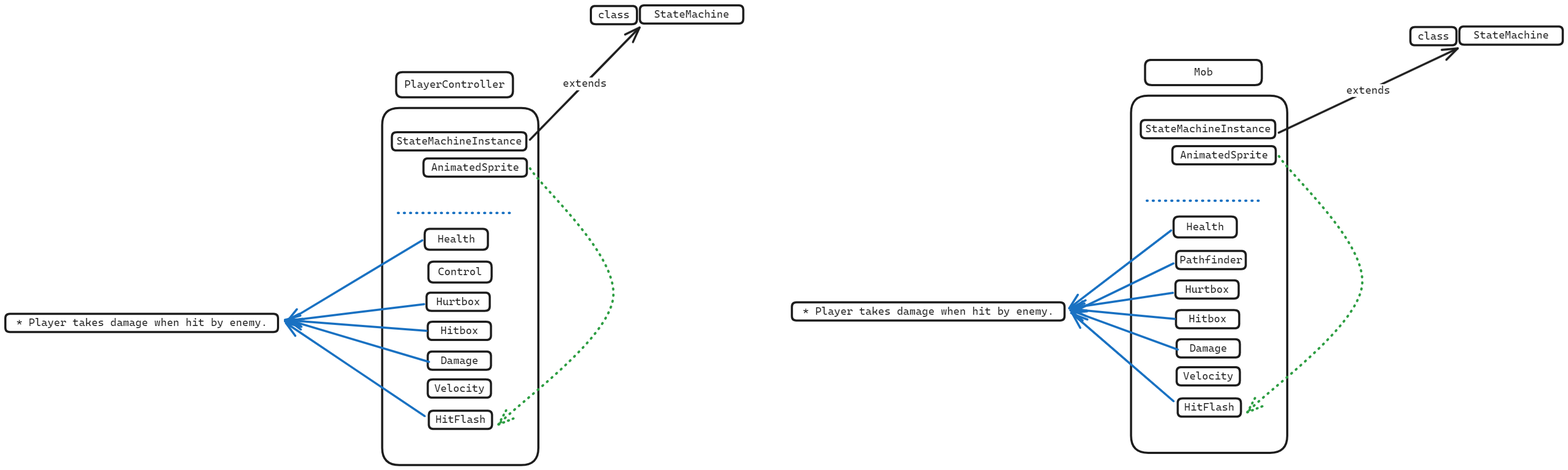
Earlier version of the Excalidraw export docs/images/composotition_pattern_plan.excalidraw.png (loteque/wasteland-warrior). Source tidied: one line per element, renumbered; positions are measured from the earlier drawing's top-left corner, leaving out a move shared by most shapes.
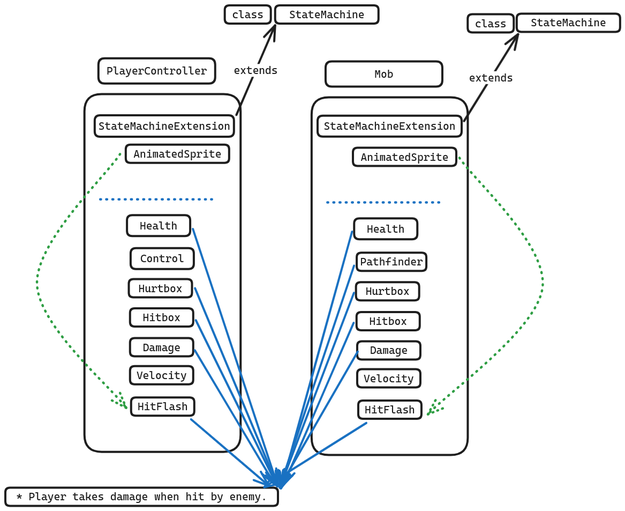
Above is the later version.

Commit message:
update composition pattern drawing

Change to the diagram source:
```diff
@@ -17,57 +17,55 @@
 {"id": 16, "type": "text", "text": "PlayerController", "strokeColor": "#1e1e1e", "strokeWidth": 4, "roughness": 0, "fontSize": 20, "fontFamily": 3, "textAlign": "center", "verticalAlign": "middle", "inside": 15, "x": 745, "y": 136, "width": 188, "height": 24}
 {"id": 17, "type": "rectangle", "strokeColor": "#1e1e1e", "strokeWidth": 4, "roughness": 0, "round": true, "x": 781, "y": 286, "width": 193, "height": 34}
 {"id": 18, "type": "text", "text": "AnimatedSprite", "strokeColor": "#1e1e1e", "strokeWidth": 4, "roughness": 0, "fontSize": 20, "fontFamily": 3, "textAlign": "center", "verticalAlign": "middle", "inside": 17, "x": 795, "y": 291, "width": 164, "height": 24}
-{"id": 19, "type": "rectangle", "strokeColor": "#1e1e1e", "strokeWidth": 4, "roughness": 0, "round": true, "x": 1184, "y": 0, "width": 193, "height": 34}
+{"id": 19, "type": "rectangle", "strokeColor": "#1e1e1e", "strokeWidth": 4, "roughness": 0, "round": true, "x": 1059, "y": 26, "width": 193, "height": 34}
-{"id": 20, "type": "text", "text": "StateMachine", "strokeColor": "#1e1e1e", "strokeWidth": 4, "roughness": 0, "fontSize": 20, "fontFamily": 3, "textAlign": "center", "verticalAlign": "middle", "inside": 19, "x": 1211, "y": 5, "width": 141, "height": 24}
+{"id": 20, "type": "text", "text": "StateMachine", "strokeColor": "#1e1e1e", "strokeWidth": 4, "roughness": 0, "fontSize": 20, "fontFamily": 3, "textAlign": "center", "verticalAlign": "middle", "inside": 19, "x": 1086, "y": 31, "width": 141, "height": 24}
-{"id": 21, "type": "rectangle", "strokeColor": "#1e1e1e", "strokeWidth": 4, "roughness": 0, "round": true, "x": 1093, "y": 1, "width": 86, "height": 34}
+{"id": 21, "type": "rectangle", "strokeColor": "#1e1e1e", "strokeWidth": 4, "roughness": 0, "round": true, "x": 965, "y": 26, "width": 86, "height": 34}
-{"id": 22, "type": "text", "text": "class", "strokeColor": "#1e1e1e", "strokeWidth": 4, "roughness": 0, "fontSize": 20, "fontFamily": 3, "textAlign": "center", "verticalAlign": "middle", "inside": 21, "x": 1107, "y": 6, "width": 59, "height": 24}
+{"id": 22, "type": "text", "text": "class", "strokeColor": "#1e1e1e", "strokeWidth": 4, "roughness": 0, "fontSize": 20, "fontFamily": 3, "textAlign": "center", "verticalAlign": "middle", "inside": 21, "x": 979, "y": 31, "width": 59, "height": 24}
-{"id": 23, "type": "arrow", "strokeColor": "#1e1e1e", "strokeWidth": 4, "roughness": 0, "endArrowhead": "arrow", "round": true, "from": 26, "to": 21, "x": 979, "y": 251, "width": 205, "height": 210, "points": [[0, 0], [205, -210]]}
+{"id": 23, "type": "arrow", "strokeColor": "#1e1e1e", "strokeWidth": 4, "roughness": 0, "endArrowhead": "arrow", "round": true, "from": 26, "to": 21, "x": 987, "y": 231, "width": 72, "height": 167, "points": [[0, 0], [72, -167]]}
 {"id": 24, "type": "text", "text": "extends", "strokeColor": "#1e1e1e", "strokeWidth": 4, "roughness": 0, "fontSize": 20, "fontFamily": 3, "textAlign": "center", "verticalAlign": "middle", "inside": 23, "x": 1040, "y": 134, "width": 82, "height": 24}
 {"id": 25, "type": "line", "strokeColor": "#1971c2", "strokeWidth": 4, "strokeStyle": "dotted", "roughness": 0, "round": true, "x": 733, "y": 388, "width": 217, "height": 0, "points": [[0, 0], [217, 0]]}
-{"id": 26, "type": "rectangle", "strokeColor": "#1e1e1e", "strokeWidth": 4, "roughness": 0, "round": true, "x": 722, "y": 237, "width": 251, "height": 34}
+{"id": 26, "type": "rectangle", "strokeColor": "#1e1e1e", "strokeWidth": 4, "roughness": 0, "round": true, "x": 723, "y": 231, "width": 260, "height": 40}
-{"id": 27, "type": "text", "text": "StateMachineInstance", "strokeColor": "#1e1e1e", "strokeWidth": 4, "roughness": 0, "fontSize": 20, "fontFamily": 3, "textAlign": "center", "verticalAlign": "middle", "inside": 26, "x": 730, "y": 242, "width": 234, "height": 24}
+{"id": 27, "type": "text", "text": "StateMachineExtension", "strokeColor": "#1e1e1e", "strokeWidth": 4, "roughness": 0, "fontSize": 20, "fontFamily": 3, "textAlign": "center", "verticalAlign": "middle", "inside": 26, "x": 730, "y": 239, "width": 246, "height": 24}
-{"id": 28, "type": "rectangle", "strokeColor": "#1e1e1e", "strokeWidth": 4, "roughness": 0, "round": true, "x": 0, "y": 576, "width": 509, "height": 34}
-{"id": 29, "type": "text", "text": "* Player takes damage when hit by enemy.", "strokeColor": "#1e1e1e", "strokeWidth": 4, "roughness": 0, "fontSize": 20, "fontFamily": 3, "textAlign": "center", "verticalAlign": "middle", "inside": 28, "x": 20, "y": 581, "width": 469, "height": 24}
-{"id": 30, "type": "arrow", "strokeColor": "#1971c2", "strokeWidth": 4, "roughness": 0, "endArrowhead": "arrow", "round": true, "from": 4, "to": 28, "x": 782, "y": 558, "width": 260, "height": 32, "points": [[0, 0], [-260, 32]]}
+{"id": 30, "type": "arrow", "strokeColor": "#1971c2", "strokeWidth": 4, "roughness": 0, "endArrowhead": "arrow", "round": true, "from": 4, "to": 62, "x": 910, "y": 554, "width": 153, "height": 366, "points": [[0, 0], [153, 366]]}
-{"id": 31, "type": "arrow", "strokeColor": "#1971c2", "strokeWidth": 4, "roughness": 0, "endArrowhead": "arrow", "round": true, "from": 6, "to": 28, "x": 786, "y": 608, "width": 264, "height": 20, "points": [[0, 0], [-264, -20]]}
+{"id": 31, "type": "arrow", "strokeColor": "#1971c2", "strokeWidth": 4, "roughness": 0, "endArrowhead": "arrow", "round": true, "from": 6, "to": 62, "x": 911, "y": 613, "width": 152, "height": 310, "points": [[0, 0], [152, 310]]}
-{"id": 32, "type": "arrow", "strokeColor": "#1971c2", "strokeWidth": 4, "roughness": 0, "endArrowhead": "arrow", "round": true, "from": 0, "x": 778, "y": 439, "width": 253, "height": 152, "points": [[0, 0], [-253, 152]]}
+{"id": 32, "type": "arrow", "strokeColor": "#1971c2", "strokeWidth": 4, "roughness": 0, "endArrowhead": "arrow", "round": true, "from": 0, "to": 62, "x": 906, "y": 443, "width": 158, "height": 479, "points": [[0, 0], [158, 479]]}
-{"id": 33, "type": "arrow", "strokeColor": "#1971c2", "strokeWidth": 4, "roughness": 0, "endArrowhead": "arrow", "round": true, "x": 791, "y": 666, "width": 263, "height": 78, "points": [[0, 0], [-263, -78]]}
+{"id": 33, "type": "arrow", "strokeColor": "#1971c2", "strokeWidth": 4, "roughness": 0, "endArrowhead": "arrow", "round": true, "from": 8, "to": 62, "x": 910, "y": 669, "width": 149, "height": 250, "points": [[0, 0], [149, 250]]}
-{"id": 34, "type": "arrow", "strokeColor": "#1971c2", "strokeWidth": 4, "roughness": 0, "endArrowhead": "arrow", "round": true, "from": 12, "to": 28, "x": 783, "y": 767, "width": 259, "height": 174, "points": [[0, 0], [-259, -174]]}
+{"id": 34, "type": "arrow", "strokeColor": "#1971c2", "strokeWidth": 4, "roughness": 0, "endArrowhead": "arrow", "round": true, "from": 12, "to": 62, "x": 902, "y": 798, "width": 145, "height": 124, "points": [[0, 0], [145, 124]]}
-{"id": 35, "type": "arrow", "strokeColor": "#2f9e44", "strokeWidth": 4, "strokeStyle": "dotted", "roughness": 0, "endArrowhead": "arrow", "round": true, "from": 17, "to": 12, "x": 979, "y": 305, "width": 214, "height": 478, "points": [[0, 0], [155, 242], [-59, 478]]}
+{"id": 35, "type": "arrow", "strokeColor": "#2f9e44", "strokeWidth": 4, "strokeStyle": "dotted", "roughness": 0, "endArrowhead": "arrow", "round": true, "from": 17, "to": 12, "x": 674, "y": 303, "width": 167, "height": 473, "points": [[96, 0], [-59, 242], [108, 473]]}
-{"id": 36, "type": "rectangle", "strokeColor": "#1e1e1e", "strokeWidth": 4, "roughness": 0, "round": true, "x": 2181, "y": 395, "width": 118, "height": 39}
+{"id": 36, "type": "rectangle", "strokeColor": "#1e1e1e", "strokeWidth": 4, "roughness": 0, "round": true, "x": 1207, "y": 423, "width": 118, "height": 39}
-{"id": 37, "type": "text", "text": "Health", "strokeColor": "#1e1e1e", "strokeWidth": 4, "roughness": 0, "fontSize": 20, "fontFamily": 3, "textAlign": "center", "verticalAlign": "middle", "inside": 36, "x": 2205, "y": 402, "width": 70, "height": 24}
+{"id": 37, "type": "text", "text": "Health", "strokeColor": "#1e1e1e", "strokeWidth": 4, "roughness": 0, "fontSize": 20, "fontFamily": 3, "textAlign": "center", "verticalAlign": "middle", "inside": 36, "x": 1231, "y": 431, "width": 70, "height": 24}
-{"id": 38, "type": "rectangle", "strokeColor": "#1e1e1e", "strokeWidth": 4, "roughness": 0, "round": true, "x": 2184, "y": 514, "width": 118, "height": 34}
+{"id": 38, "type": "rectangle", "strokeColor": "#1e1e1e", "strokeWidth": 4, "roughness": 0, "round": true, "x": 1210, "y": 542, "width": 118, "height": 34}
-{"id": 39, "type": "text", "text": "Hurtbox", "strokeColor": "#1e1e1e", "strokeWidth": 4, "roughness": 0, "fontSize": 20, "fontFamily": 3, "textAlign": "center", "verticalAlign": "middle", "inside": 38, "x": 2202, "y": 519, "width": 82, "height": 24}
+{"id": 39, "type": "text", "text": "Hurtbox", "strokeColor": "#1e1e1e", "strokeWidth": 4, "roughness": 0, "fontSize": 20, "fontFamily": 3, "textAlign": "center", "verticalAlign": "middle", "inside": 38, "x": 1228, "y": 547, "width": 82, "height": 24}
-{"id": 40, "type": "rectangle", "strokeColor": "#1e1e1e", "strokeWidth": 4, "roughness": 0, "round": true, "x": 2185, "y": 569, "width": 118, "height": 34}
+{"id": 40, "type": "rectangle", "strokeColor": "#1e1e1e", "strokeWidth": 4, "roughness": 0, "round": true, "x": 1211, "y": 598, "width": 118, "height": 34}
-{"id": 41, "type": "text", "text": "Hitbox", "strokeColor": "#1e1e1e", "strokeWidth": 4, "roughness": 0, "fontSize": 20, "fontFamily": 3, "textAlign": "center", "verticalAlign": "middle", "inside": 40, "x": 2209, "y": 574, "width": 70, "height": 24}
+{"id": 41, "type": "text", "text": "Hitbox", "strokeColor": "#1e1e1e", "strokeWidth": 4, "roughness": 0, "fontSize": 20, "fontFamily": 3, "textAlign": "center", "verticalAlign": "middle", "inside": 40, "x": 1235, "y": 603, "width": 70, "height": 24}
-{"id": 42, "type": "rectangle", "strokeColor": "#1e1e1e", "strokeWidth": 4, "roughness": 0, "round": true, "x": 2186, "y": 624, "width": 118, "height": 34}
+{"id": 42, "type": "rectangle", "strokeColor": "#1e1e1e", "strokeWidth": 4, "roughness": 0, "round": true, "x": 1213, "y": 653, "width": 118, "height": 34}
-{"id": 43, "type": "text", "text": "Damage", "strokeColor": "#1e1e1e", "strokeWidth": 4, "roughness": 0, "fontSize": 20, "fontFamily": 3, "textAlign": "center", "verticalAlign": "middle", "inside": 42, "x": 2210, "y": 629, "width": 70, "height": 24}
+{"id": 43, "type": "text", "text": "Damage", "strokeColor": "#1e1e1e", "strokeWidth": 4, "roughness": 0, "fontSize": 20, "fontFamily": 3, "textAlign": "center", "verticalAlign": "middle", "inside": 42, "x": 1237, "y": 658, "width": 70, "height": 24}
-{"id": 44, "type": "rectangle", "strokeColor": "#1e1e1e", "strokeWidth": 4, "roughness": 0, "round": true, "x": 2186, "y": 676, "width": 118, "height": 34}
+{"id": 44, "type": "rectangle", "strokeColor": "#1e1e1e", "strokeWidth": 4, "roughness": 0, "round": true, "x": 1213, "y": 705, "width": 118, "height": 34}
-{"id": 45, "type": "text", "text": "Velocity", "strokeColor": "#1e1e1e", "strokeWidth": 4, "roughness": 0, "fontSize": 20, "fontFamily": 3, "textAlign": "center", "verticalAlign": "middle", "inside": 44, "x": 2199, "y": 681, "width": 94, "height": 24}
+{"id": 45, "type": "text", "text": "Velocity", "strokeColor": "#1e1e1e", "strokeWidth": 4, "roughness": 0, "fontSize": 20, "fontFamily": 3, "textAlign": "center", "verticalAlign": "middle", "inside": 44, "x": 1225, "y": 710, "width": 94, "height": 24}
-{"id": 46, "type": "rectangle", "strokeColor": "#1e1e1e", "strokeWidth": 4, "roughness": 0, "round": true, "x": 2188, "y": 734, "width": 118, "height": 34}
+{"id": 46, "type": "rectangle", "strokeColor": "#1e1e1e", "strokeWidth": 4, "roughness": 0, "round": true, "x": 1215, "y": 763, "width": 118, "height": 34}
-{"id": 47, "type": "text", "text": "HitFlash", "strokeColor": "#1e1e1e", "strokeWidth": 4, "roughness": 0, "fontSize": 20, "fontFamily": 3, "textAlign": "center", "verticalAlign": "middle", "inside": 46, "x": 2201, "y": 739, "width": 94, "height": 24}
+{"id": 47, "type": "text", "text": "HitFlash", "strokeColor": "#1e1e1e", "strokeWidth": 4, "roughness": 0, "fontSize": 20, "fontFamily": 3, "textAlign": "center", "verticalAlign": "middle", "inside": 46, "x": 1227, "y": 768, "width": 94, "height": 24}
-{"id": 48, "type": "rectangle", "strokeColor": "#1e1e1e", "strokeWidth": 4, "roughness": 0, "round": true, "x": 2101, "y": 169, "width": 292, "height": 667}
+{"id": 48, "type": "rectangle", "strokeColor": "#1e1e1e", "strokeWidth": 4, "roughness": 0, "round": true, "x": 1128, "y": 198, "width": 292, "height": 667}
-{"id": 49, "type": "rectangle", "strokeColor": "#1e1e1e", "strokeWidth": 4, "roughness": 0, "round": true, "x": 2127, "y": 102, "width": 218, "height": 47}
+{"id": 49, "type": "rectangle", "strokeColor": "#1e1e1e", "strokeWidth": 4, "roughness": 0, "round": true, "x": 1154, "y": 131, "width": 218, "height": 47}
-{"id": 50, "type": "text", "text": "Mob", "strokeColor": "#1e1e1e", "strokeWidth": 4, "roughness": 0, "fontSize": 20, "fontFamily": 3, "textAlign": "center", "verticalAlign": "middle", "inside": 49, "x": 2219, "y": 113, "width": 35, "height": 24}
+{"id": 50, "type": "text", "text": "Mob", "strokeColor": "#1e1e1e", "strokeWidth": 4, "roughness": 0, "fontSize": 20, "fontFamily": 3, "textAlign": "center", "verticalAlign": "middle", "inside": 49, "x": 1245, "y": 142, "width": 35, "height": 24}
-{"id": 51, "type": "rectangle", "strokeColor": "#1e1e1e", "strokeWidth": 4, "roughness": 0, "round": true, "x": 2178, "y": 263, "width": 193, "height": 34}
+{"id": 51, "type": "rectangle", "strokeColor": "#1e1e1e", "strokeWidth": 4, "roughness": 0, "round": true, "x": 1205, "y": 292, "width": 193, "height": 34}
-{"id": 52, "type": "text", "text": "AnimatedSprite", "strokeColor": "#1e1e1e", "strokeWidth": 4, "roughness": 0, "fontSize": 20, "fontFamily": 3, "textAlign": "center", "verticalAlign": "middle", "inside": 51, "x": 2193, "y": 268, "width": 164, "height": 24}
+{"id": 52, "type": "text", "text": "AnimatedSprite", "strokeColor": "#1e1e1e", "strokeWidth": 4, "roughness": 0, "fontSize": 20, "fontFamily": 3, "textAlign": "center", "verticalAlign": "middle", "inside": 51, "x": 1219, "y": 297, "width": 164, "height": 24}
-{"id": 53, "type": "rectangle", "strokeColor": "#1e1e1e", "strokeWidth": 4, "roughness": 0, "round": true, "x": 2714, "y": 39, "width": 193, "height": 34}
+{"id": 53, "type": "rectangle", "strokeColor": "#1e1e1e", "strokeWidth": 4, "roughness": 0, "round": true, "x": 1511, "y": 42, "width": 193, "height": 34}
-{"id": 54, "type": "text", "text": "StateMachine", "strokeColor": "#1e1e1e", "strokeWidth": 4, "roughness": 0, "fontSize": 20, "fontFamily": 3, "textAlign": "center", "verticalAlign": "middle", "inside": 53, "x": 2741, "y": 44, "width": 141, "height": 24}
+{"id": 54, "type": "text", "text": "StateMachine", "strokeColor": "#1e1e1e", "strokeWidth": 4, "roughness": 0, "fontSize": 20, "fontFamily": 3, "textAlign": "center", "verticalAlign": "middle", "inside": 53, "x": 1537, "y": 47, "width": 141, "height": 24}
-{"id": 55, "type": "rectangle", "strokeColor": "#1e1e1e", "strokeWidth": 4, "roughness": 0, "round": true, "x": 2623, "y": 41, "width": 86, "height": 34}
+{"id": 55, "type": "rectangle", "strokeColor": "#1e1e1e", "strokeWidth": 4, "roughness": 0, "round": true, "x": 1419, "y": 43, "width": 86, "height": 34}
-{"id": 56, "type": "text", "text": "class", "strokeColor": "#1e1e1e", "strokeWidth": 4, "roughness": 0, "fontSize": 20, "fontFamily": 3, "textAlign": "center", "verticalAlign": "middle", "inside": 55, "x": 2636, "y": 46, "width": 59, "height": 24}
+{"id": 56, "type": "text", "text": "class", "strokeColor": "#1e1e1e", "strokeWidth": 4, "roughness": 0, "fontSize": 20, "fontFamily": 3, "textAlign": "center", "verticalAlign": "middle", "inside": 55, "x": 1433, "y": 48, "width": 59, "height": 24}
-{"id": 57, "type": "arrow", "strokeColor": "#1e1e1e", "strokeWidth": 4, "roughness": 0, "endArrowhead": "arrow", "round": true, "from": 60, "to": 55, "x": 2377, "y": 238, "width": 334, "height": 158, "points": [[0, 0], [334, -158]]}
+{"id": 57, "type": "arrow", "strokeColor": "#1e1e1e", "strokeWidth": 4, "roughness": 0, "endArrowhead": "arrow", "round": true, "from": 60, "to": 55, "x": 1412, "y": 242, "width": 101, "height": 162, "points": [[0, 0], [101, -162]]}
-{"id": 58, "type": "text", "text": "extends", "strokeColor": "#1e1e1e", "strokeWidth": 4, "roughness": 0, "fontSize": 20, "fontFamily": 3, "textAlign": "center", "verticalAlign": "middle", "inside": 57, "x": 2364, "y": 374, "width": 82, "height": 24}
+{"id": 58, "type": "text", "text": "extends", "strokeColor": "#1e1e1e", "strokeWidth": 4, "roughness": 0, "fontSize": 20, "fontFamily": 3, "textAlign": "center", "verticalAlign": "middle", "inside": 57, "x": 1529, "y": 176, "width": 82, "height": 24}
-{"id": 59, "type": "line", "strokeColor": "#1971c2", "strokeWidth": 4, "strokeStyle": "dotted", "roughness": 0, "round": true, "x": 2131, "y": 365, "width": 217, "height": 0, "points": [[0, 0], [217, 0]]}
+{"id": 59, "type": "line", "strokeColor": "#1971c2", "strokeWidth": 4, "strokeStyle": "dotted", "roughness": 0, "round": true, "x": 1157, "y": 394, "width": 217, "height": 0, "points": [[0, 0], [217, 0]]}
-{"id": 60, "type": "rectangle", "strokeColor": "#1e1e1e", "strokeWidth": 4, "roughness": 0, "round": true, "x": 2119, "y": 214, "width": 251, "height": 34}
+{"id": 60, "type": "rectangle", "strokeColor": "#1e1e1e", "strokeWidth": 4, "roughness": 0, "round": true, "x": 1139, "y": 232, "width": 269, "height": 39}
-{"id": 61, "type": "text", "text": "StateMachineInstance", "strokeColor": "#1e1e1e", "strokeWidth": 4, "roughness": 0, "fontSize": 20, "fontFamily": 3, "textAlign": "center", "verticalAlign": "middle", "inside": 60, "x": 2128, "y": 219, "width": 234, "height": 24}
+{"id": 61, "type": "text", "text": "StateMachineExtension", "strokeColor": "#1e1e1e", "strokeWidth": 4, "roughness": 0, "fontSize": 20, "fontFamily": 3, "textAlign": "center", "verticalAlign": "middle", "inside": 60, "x": 1150, "y": 239, "width": 246, "height": 24}
-{"id": 62, "type": "rectangle", "strokeColor": "#1e1e1e", "strokeWidth": 4, "roughness": 0, "round": true, "x": 1468, "y": 555, "width": 509, "height": 34}
+{"id": 62, "type": "rectangle", "strokeColor": "#1e1e1e", "strokeWidth": 4, "roughness": 0, "round": true, "x": 556, "y": 926, "width": 509, "height": 34}
-{"id": 63, "type": "text", "text": "* Player takes damage when hit by enemy.", "strokeColor": "#1e1e1e", "strokeWidth": 4, "roughness": 0, "fontSize": 20, "fontFamily": 3, "textAlign": "center", "verticalAlign": "middle", "inside": 62, "x": 1488, "y": 560, "width": 469, "height": 24}
+{"id": 63, "type": "text", "text": "* Player takes damage when hit by enemy.", "strokeColor": "#1e1e1e", "strokeWidth": 4, "roughness": 0, "fontSize": 20, "fontFamily": 3, "textAlign": "center", "verticalAlign": "middle", "inside": 62, "x": 576, "y": 931, "width": 469, "height": 24}
-{"id": 64, "type": "arrow", "strokeColor": "#1971c2", "strokeWidth": 4, "roughness": 0, "endArrowhead": "arrow", "round": true, "from": 38, "to": 62, "x": 2180, "y": 537, "width": 189, "height": 28, "points": [[0, 0], [-189, 28]]}
+{"id": 64, "type": "arrow", "strokeColor": "#1971c2", "strokeWidth": 4, "roughness": 0, "endArrowhead": "arrow", "round": true, "from": 38, "to": 62, "x": 1207, "y": 562, "width": 138, "height": 363, "points": [[0, 0], [-138, 363]]}
-{"id": 65, "type": "arrow", "strokeColor": "#1971c2", "strokeWidth": 4, "roughness": 0, "endArrowhead": "arrow", "round": true, "from": 40, "to": 62, "x": 2183, "y": 586, "width": 193, "height": 18, "points": [[0, 0], [-193, -18]]}
+{"id": 65, "type": "arrow", "strokeColor": "#1971c2", "strokeWidth": 4, "roughness": 0, "endArrowhead": "arrow", "round": true, "from": 40, "to": 62, "x": 1206, "y": 618, "width": 131, "height": 302, "points": [[0, 0], [-131, 302]]}
-{"id": 66, "type": "arrow", "strokeColor": "#1971c2", "strokeWidth": 4, "roughness": 0, "endArrowhead": "arrow", "round": true, "from": 36, "to": 62, "x": 2176, "y": 420, "width": 190, "height": 146, "points": [[0, 0], [-190, 146]]}
+{"id": 66, "type": "arrow", "strokeColor": "#1971c2", "strokeWidth": 4, "roughness": 0, "endArrowhead": "arrow", "round": true, "from": 36, "to": 62, "x": 1203, "y": 448, "width": 133, "height": 479, "points": [[0, 0], [-133, 479]]}
-{"id": 67, "type": "arrow", "strokeColor": "#1971c2", "strokeWidth": 4, "roughness": 0, "endArrowhead": "arrow", "round": true, "to": 62, "x": 2189, "y": 643, "width": 201, "height": 73, "points": [[0, 0], [-201, -73]]}
+{"id": 67, "type": "arrow", "strokeColor": "#1971c2", "strokeWidth": 4, "roughness": 0, "endArrowhead": "arrow", "round": true, "to": 62, "x": 1214, "y": 672, "width": 144, "height": 250, "points": [[0, 0], [-144, 250]]}
-{"id": 68, "type": "arrow", "strokeColor": "#1971c2", "strokeWidth": 4, "roughness": 0, "endArrowhead": "arrow", "round": true, "from": 46, "to": 62, "x": 2181, "y": 739, "width": 189, "height": 163, "points": [[0, 0], [-189, -163]]}
+{"id": 68, "type": "arrow", "strokeColor": "#1971c2", "strokeWidth": 4, "roughness": 0, "endArrowhead": "arrow", "round": true, "from": 46, "to": 62, "x": 1230, "y": 805, "width": 191, "height": 120, "points": [[0, 0], [-191, 120]]}
-{"id": 69, "type": "arrow", "strokeColor": "#2f9e44", "strokeWidth": 4, "strokeStyle": "dotted", "roughness": 0, "endArrowhead": "arrow", "round": true, "from": 51, "to": 46, "x": 2377, "y": 282, "width": 214, "height": 478, "points": [[0, 0], [155, 242], [-59, 478]]}
+{"id": 69, "type": "arrow", "strokeColor": "#2f9e44", "strokeWidth": 4, "strokeStyle": "dotted", "roughness": 0, "endArrowhead": "arrow", "round": true, "from": 51, "to": 46, "x": 1404, "y": 311, "width": 214, "height": 478, "points": [[0, 0], [155, 242], [-59, 478]]}
-{"id": 70, "type": "rectangle", "strokeColor": "#1e1e1e", "strokeWidth": 4, "roughness": 0, "round": true, "x": 2186, "y": 459, "width": 130, "height": 34}
+{"id": 70, "type": "rectangle", "strokeColor": "#1e1e1e", "strokeWidth": 4, "roughness": 0, "round": true, "x": 1212, "y": 487, "width": 130, "height": 34}
-{"id": 71, "type": "text", "text": "Pathfinder", "strokeColor": "#1e1e1e", "strokeWidth": 4, "roughness": 0, "fontSize": 20, "fontFamily": 3, "textAlign": "center", "verticalAlign": "middle", "inside": 70, "x": 2192, "y": 464, "width": 117, "height": 24}
+{"id": 71, "type": "text", "text": "Pathfinder", "strokeColor": "#1e1e1e", "strokeWidth": 4, "roughness": 0, "fontSize": 20, "fontFamily": 3, "textAlign": "center", "verticalAlign": "middle", "inside": 70, "x": 1218, "y": 492, "width": 117, "height": 24}
-{"id": 72, "type": "arrow", "strokeColor": "#1971c2", "strokeWidth": 4, "roughness": 0, "endArrowhead": "arrow", "round": true, "from": 70, "to": 62, "x": 2180, "y": 482, "width": 191, "height": 92, "points": [[0, 0], [-191, 92]]}
+{"id": 72, "type": "arrow", "strokeColor": "#1971c2", "strokeWidth": 4, "roughness": 0, "endArrowhead": "arrow", "round": true, "from": 70, "to": 62, "x": 1207, "y": 512, "width": 139, "height": 412, "points": [[0, 0], [-139, 412]]}
```
